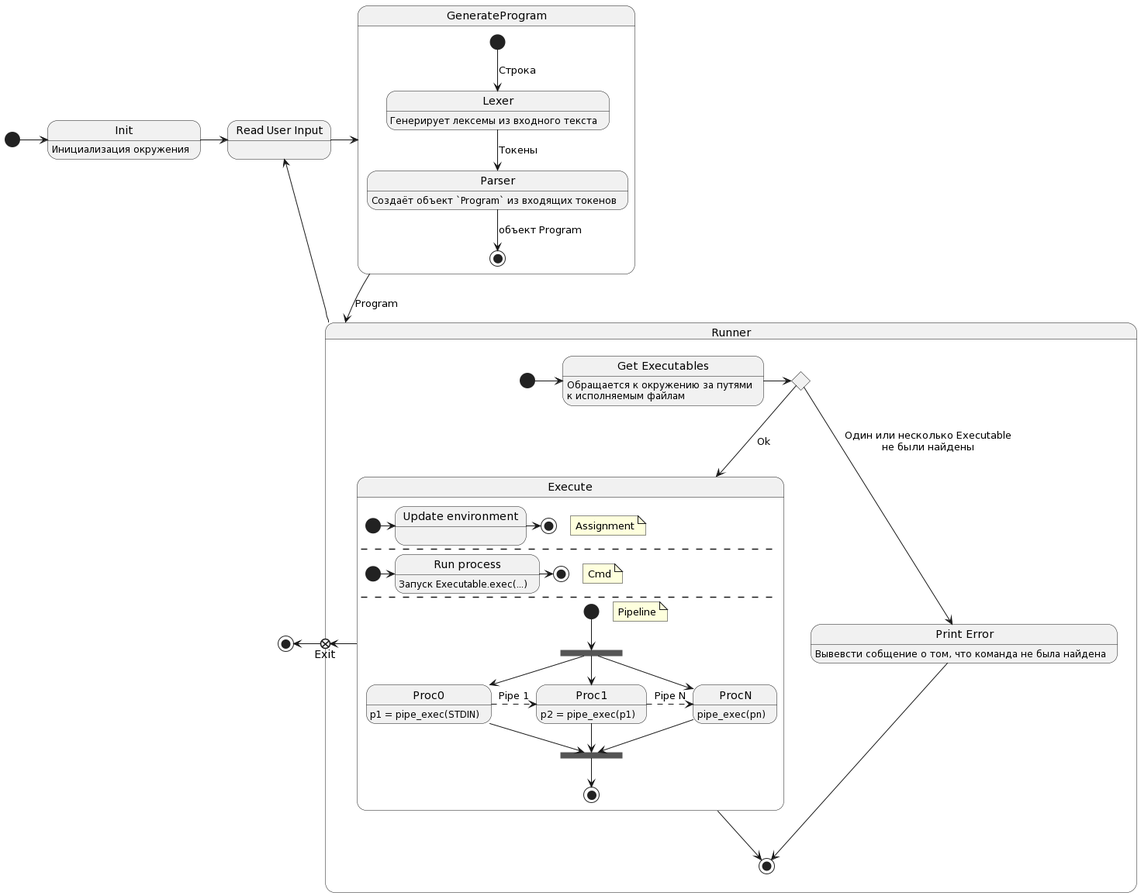
This is state_diagram.png from Ane1y/egregious-bash, a PlantUML export, as it was before one commit.
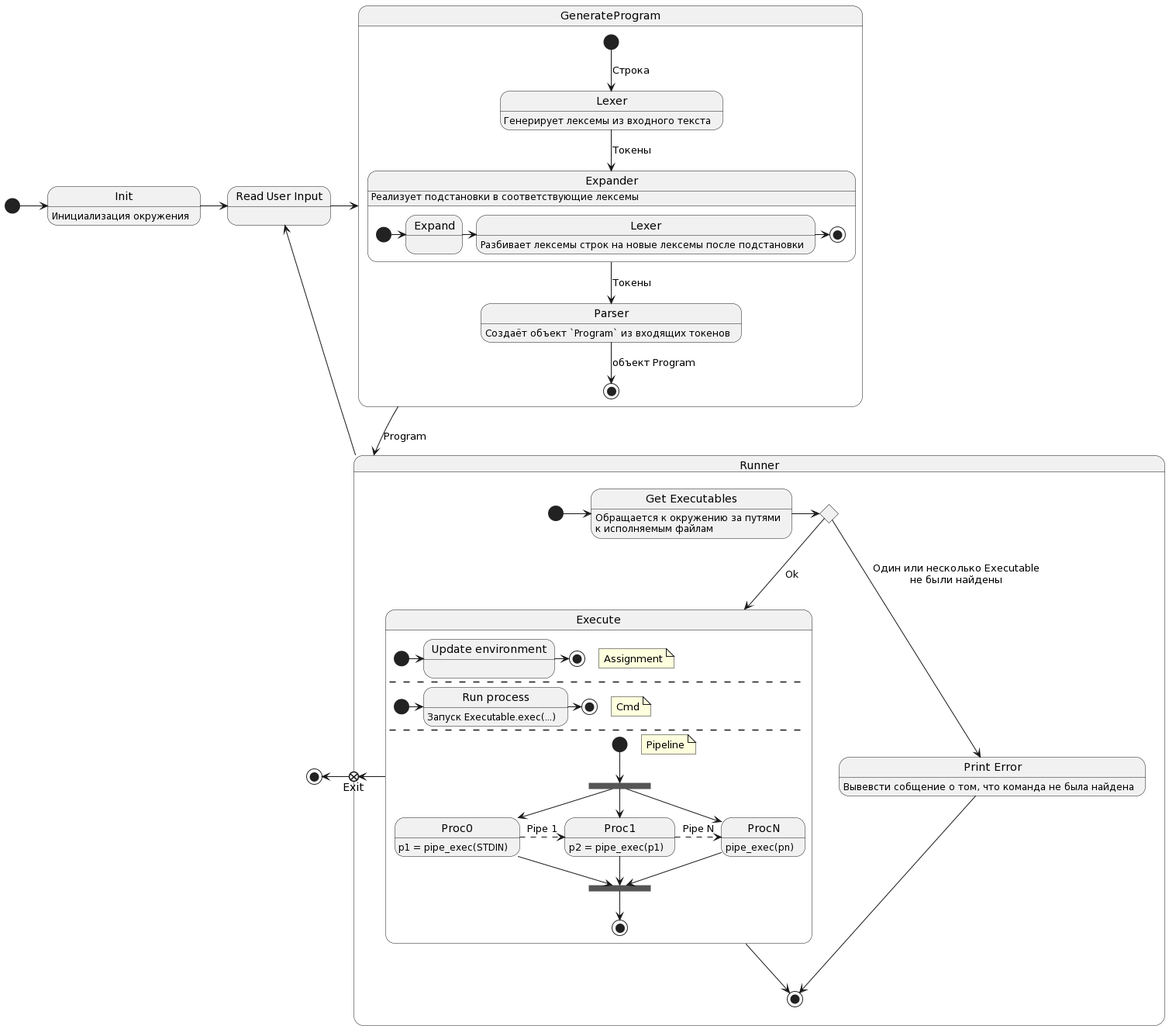
The same file after the commit.

What changed in the source:
```diff
@@ -1,10 +1,19 @@
 @startuml
 state GenerateProgram {
   Lexer: Генерирует лексемы из входного текста
+  Expander: Реализует подстановки в соответствующие лексемы
   Parser: Создаёт объект `Program` из входящих токенов
   [*] --> Lexer : Строка
-  Lexer --> Parser : Токены
+  Lexer --> Expander: Токены
+  Expander --> Parser: Токены
   Parser --> [*] : объект Program
+}
+
+state Expander {
+  state "Lexer" as LexerExp: Разбивает лексемы строк на новые лексемы после подстановки
+  [*] -> Expand
+  Expand -> LexerExp
+  LexerExp-> [*]
 }
 
 
```
